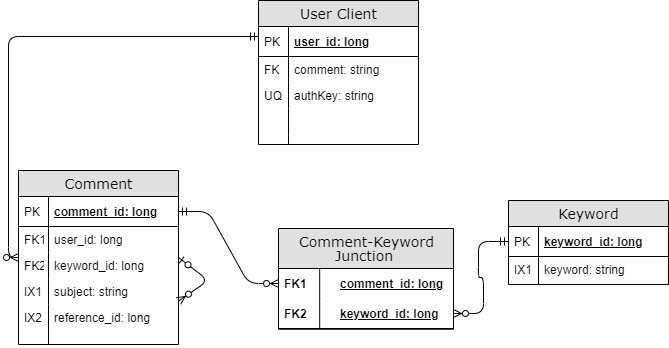
Before: erd.png, a diagram exported from draw.io (team-lightbulb/team-lightbulb.github.io). Source tidied: cells renumbered, new cells last; positions are measured from the earlier drawing's top-left corner, leaving out a move shared by most shapes.
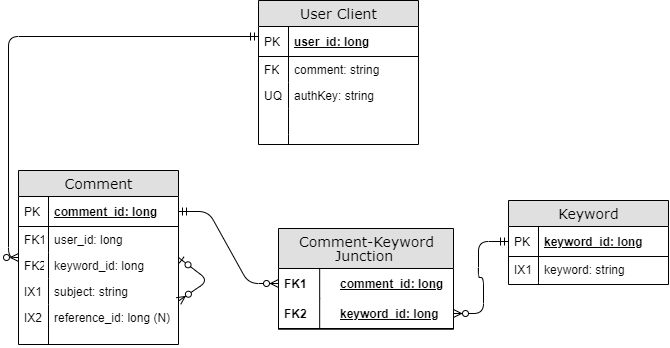
After the change.

The edit, as a diff of the source:
```diff
@@ -89,7 +89,7 @@
     <mxCell id="30" value="IX1" style="shape=partialRectangle;top=0;left=0;bottom=0;html=1;fillColor=none;align=left;verticalAlign=top;spacingLeft=4;spacingRight=4;whiteSpace=wrap;overflow=hidden;" parent="29" vertex="1">
       <mxGeometry width="30" height="26" as="geometry" />
     </mxCell>
-    <mxCell id="31" value="reference_id: long" style="shape=partialRectangle;top=0;left=0;right=0;bottom=0;html=1;align=left;verticalAlign=top;fillColor=none;spacingLeft=34;spacingRight=4;whiteSpace=wrap;overflow=hidden;" parent="22" vertex="1">
+    <mxCell id="31" value="reference_id: long (N)" style="shape=partialRectangle;top=0;left=0;right=0;bottom=0;html=1;align=left;verticalAlign=top;fillColor=none;spacingLeft=34;spacingRight=4;whiteSpace=wrap;overflow=hidden;" parent="22" vertex="1">
       <mxGeometry y="134" width="160" height="40" as="geometry" />
     </mxCell>
     <mxCell id="32" value="IX2" style="shape=partialRectangle;top=0;left=0;bottom=0;html=1;fillColor=none;align=left;verticalAlign=top;spacingLeft=4;spacingRight=4;whiteSpace=wrap;overflow=hidden;" parent="31" vertex="1">
```
